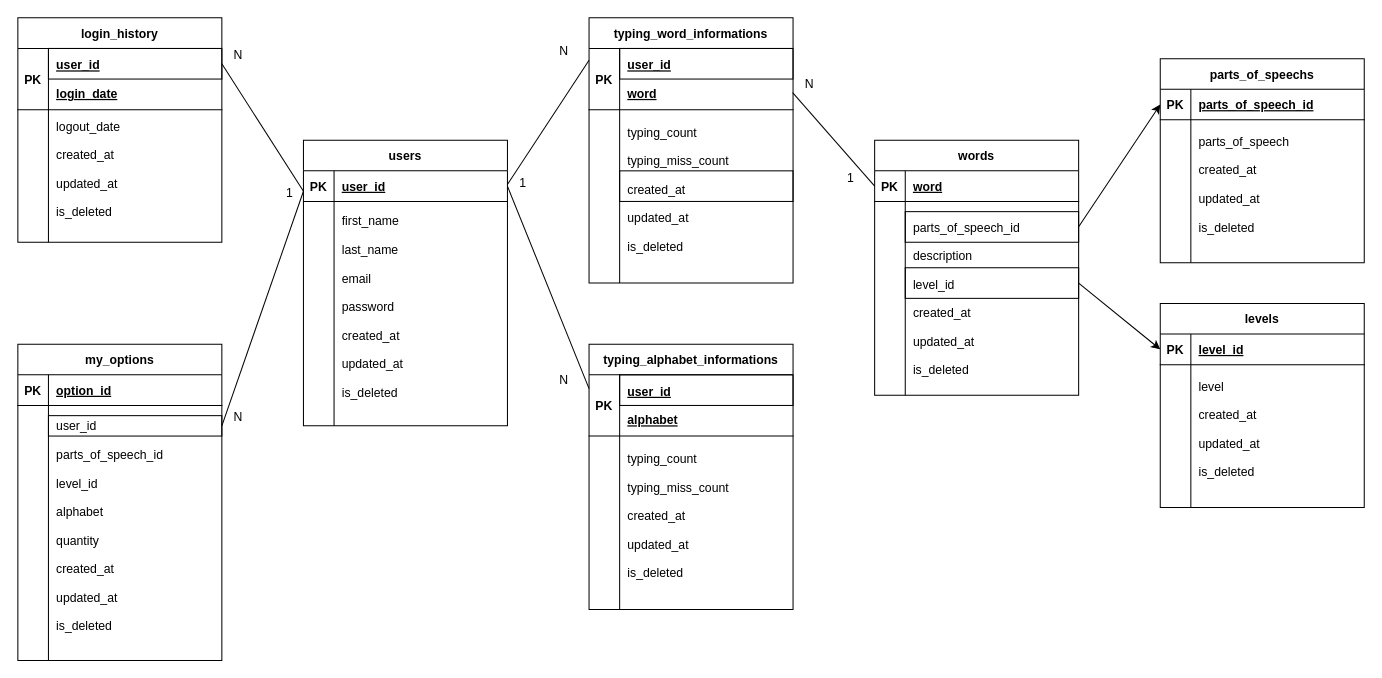
The draw.io diagram er.drawio in develop-suda/typ_engineer_API, before the edit. Source tidied: cells renumbered, new cells numbered last; positions are measured from the earlier drawing's top-left corner, leaving out a move shared by most shapes. Both pictures are drawn from the tidied source at 102%, with x=0, y=0 at pixel (17, 17).
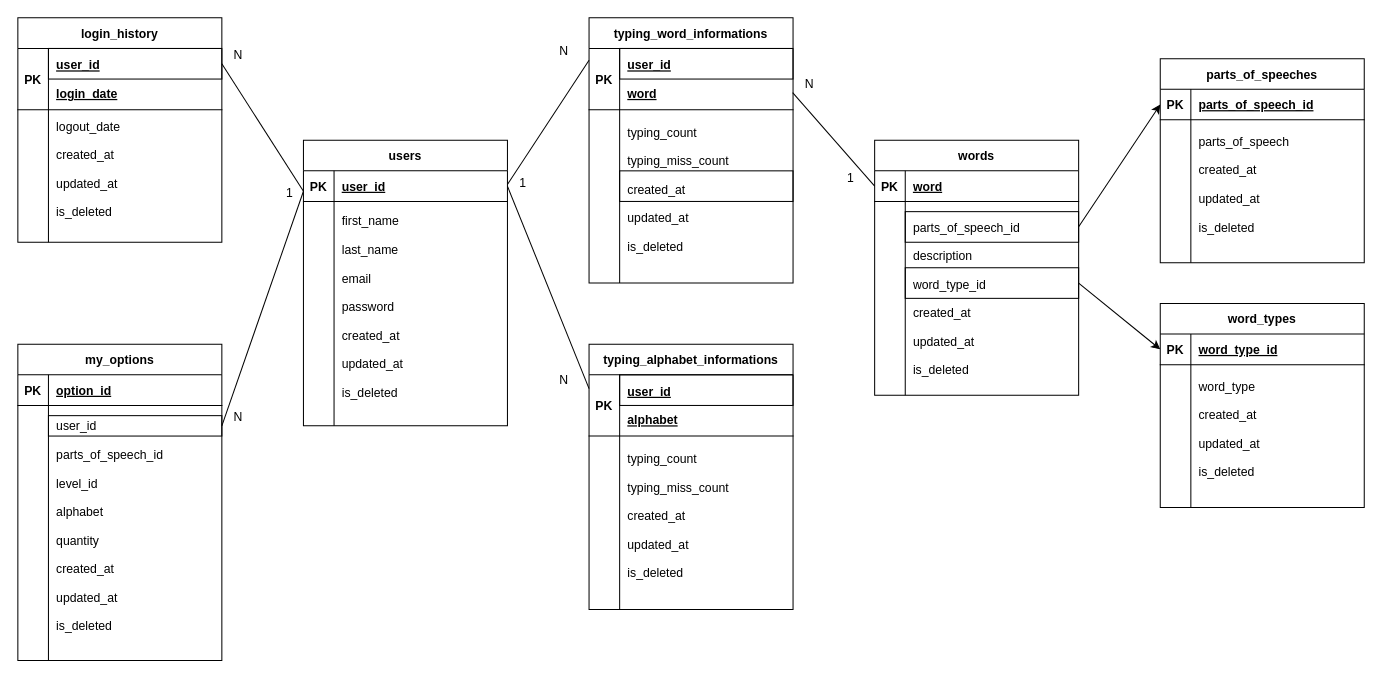
The same diagram, later.

Unchanged cells that the change refers to:
```xml
<mxCell id="6" style="shape=partialRectangle;fillColor=none;top=0;left=0;bottom=0;right=0;points=[[0,0.5],[1,0.5]];portConstraint=eastwest;" parent="2" vertex="1">
  <mxGeometry y="60" width="200" height="190" as="geometry" />
</mxCell>
<mxCell id="10" style="shape=partialRectangle;fillColor=none;top=0;left=0;bottom=1;right=0;points=[[0,0.5],[1,0.5]];portConstraint=eastwest;" parent="9" vertex="1">
  <mxGeometry y="30" width="200" height="30" as="geometry" />
</mxCell>
<mxCell id="13" style="shape=partialRectangle;fillColor=none;top=0;left=0;bottom=0;right=0;" parent="9" vertex="1">
  <mxGeometry y="60" width="200" height="140" as="geometry" />
</mxCell>
```

Change to the diagram source:
```diff
@@
-    <mxCell id="8" value="parts_of_speech_id&#10;&#10;description&#10;&#10;level_id&#10;&#10;created_at&#10;&#10;updated_at&#10;&#10;is_deleted" style="shape=partialRectangle;fillColor=none;top=0;left=0;bottom=0;right=0;align=left;spacingLeft=6;overflow=hidden;" parent="6" vertex="1">
+    <mxCell id="8" value="parts_of_speech_id&#10;&#10;description&#10;&#10;word_type_id&#10;&#10;created_at&#10;&#10;updated_at&#10;&#10;is_deleted" style="shape=partialRectangle;fillColor=none;top=0;left=0;bottom=0;right=0;align=left;spacingLeft=6;overflow=hidden;" parent="6" vertex="1">
       <mxGeometry x="30" width="170" height="190" as="geometry" />
     </mxCell>
-    <mxCell id="9" value="levels" style="shape=table;startSize=30;childLayout=tableLayout;rowLines=0;fontStyle=1;align=center;" parent="1" vertex="1">
+    <mxCell id="9" value="word_types" style="shape=table;startSize=30;childLayout=tableLayout;rowLines=0;fontStyle=1;align=center;" parent="1" vertex="1">
       <mxGeometry x="1120" y="280" width="200" height="200" as="geometry" />
     </mxCell>
@@
-    <mxCell id="12" value="level_id" style="shape=partialRectangle;fillColor=none;top=0;left=0;bottom=0;right=0;align=left;spacingLeft=6;fontStyle=5;overflow=hidden;" parent="10" vertex="1">
+    <mxCell id="12" value="word_type_id" style="shape=partialRectangle;fillColor=none;top=0;left=0;bottom=0;right=0;align=left;spacingLeft=6;fontStyle=5;overflow=hidden;" parent="10" vertex="1">
       <mxGeometry x="30" width="170" height="30" as="geometry" />
     </mxCell>
@@
-    <mxCell id="15" value="level&#10;&#10;created_at&#10;&#10;updated_at&#10;&#10;is_deleted&#10;" style="shape=partialRectangle;fillColor=none;top=0;left=0;bottom=0;right=0;align=left;spacingLeft=6;overflow=hidden;" parent="13" vertex="1">
+    <mxCell id="15" value="word_type&#10;&#10;created_at&#10;&#10;updated_at&#10;&#10;is_deleted&#10;" style="shape=partialRectangle;fillColor=none;top=0;left=0;bottom=0;right=0;align=left;spacingLeft=6;overflow=hidden;" parent="13" vertex="1">
       <mxGeometry x="30" width="170" height="140" as="geometry" />
     </mxCell>
@@
-    <mxCell id="40" value="parts_of_speechs" style="shape=table;startSize=30;childLayout=tableLayout;rowLines=0;fontStyle=1;align=center;labelBackgroundColor=default;" parent="1" vertex="1">
+    <mxCell id="40" value="parts_of_speeches" style="shape=table;startSize=30;childLayout=tableLayout;rowLines=0;fontStyle=1;align=center;labelBackgroundColor=default;" parent="1" vertex="1">
       <mxGeometry x="1120" y="40" width="200" height="200" as="geometry" />
     </mxCell>
```
